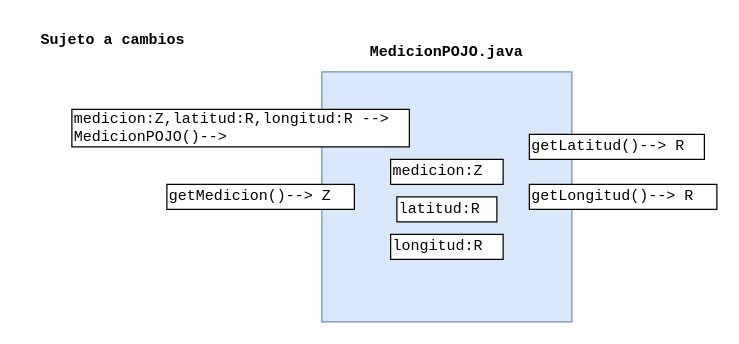
Earlier version of the draw.io diagram doc/AppAndroidDisenyos/MedicionPOJO/MedicionPOJO.drawio (sergisirvent/AppJavaSprint0). Source tidied: cells renumbered, new cells numbered last; positions are measured from the earlier drawing's top-left corner, leaving out a move shared by most shapes. Both pictures are drawn from the tidied source at 125%, with x=0, y=0 at pixel (21, 21).
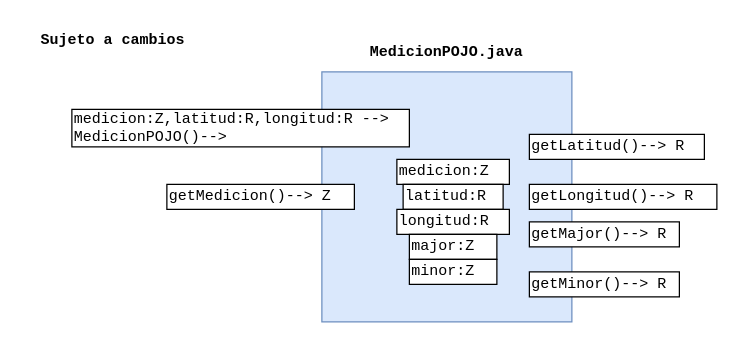
After the change.

Change to the diagram source:
```diff
@@
 <mxGraphModel>
   <root>
     <mxCell id="0" />
     <mxCell id="1" parent="0" />
     <mxCell id="2" style="whiteSpace=wrap;html=1;fillColor=#dae8fc;strokeColor=#6c8ebf;" parent="1" vertex="1">
       <mxGeometry x="240" y="40" width="200" height="200" as="geometry" />
     </mxCell>
     <mxCell id="3" value="&lt;b&gt;MedicionPOJO.java&lt;/b&gt;" style="text;html=1;strokeColor=none;fillColor=none;align=center;verticalAlign=middle;whiteSpace=wrap;rounded=0;fontFamily=Courier New;" parent="1" vertex="1">
       <mxGeometry x="310" y="10" width="60" height="30" as="geometry" />
     </mxCell>
     <mxCell id="4" value="medicion:Z" style="rounded=0;whiteSpace=wrap;html=1;fontFamily=Courier New;align=left;" parent="1" vertex="1">
-      <mxGeometry x="295" y="110" width="90" height="20" as="geometry" />
+      <mxGeometry x="300" y="110" width="90" height="20" as="geometry" />
     </mxCell>
     <mxCell id="5" value="latitud:R" style="rounded=0;whiteSpace=wrap;html=1;fontFamily=Courier New;align=left;" parent="1" vertex="1">
-      <mxGeometry x="300" y="140" width="80" height="20" as="geometry" />
+      <mxGeometry x="305" y="130" width="80" height="20" as="geometry" />
     </mxCell>
     <mxCell id="6" value="longitud:R" style="rounded=0;whiteSpace=wrap;html=1;fontFamily=Courier New;align=left;" parent="1" vertex="1">
-      <mxGeometry x="295" y="170" width="90" height="20" as="geometry" />
+      <mxGeometry x="300" y="150" width="90" height="20" as="geometry" />
     </mxCell>
     <mxCell id="7" value="medicion:Z,latitud:R,longitud:R --&amp;gt;&lt;br&gt;MedicionPOJO()--&amp;gt;" style="rounded=0;whiteSpace=wrap;html=1;fontFamily=Courier New;align=left;" parent="1" vertex="1">
       <mxGeometry x="40" y="70" width="270" height="30" as="geometry" />
     </mxCell>
     <mxCell id="8" value="getMedicion()--&amp;gt; Z" style="rounded=0;whiteSpace=wrap;html=1;fontFamily=Courier New;align=left;" parent="1" vertex="1">
       <mxGeometry x="116" y="130" width="150" height="20" as="geometry" />
     </mxCell>
     <mxCell id="9" value="getLatitud()--&amp;gt; R" style="rounded=0;whiteSpace=wrap;html=1;fontFamily=Courier New;align=left;" parent="1" vertex="1">
       <mxGeometry x="406" y="90" width="140" height="20" as="geometry" />
     </mxCell>
     <mxCell id="10" value="getLongitud()--&amp;gt; R" style="rounded=0;whiteSpace=wrap;html=1;fontFamily=Courier New;align=left;" parent="1" vertex="1">
       <mxGeometry x="406" y="130" width="150" height="20" as="geometry" />
     </mxCell>
     <mxCell id="11" value="&lt;b&gt;Sujeto a cambios&lt;/b&gt;" style="text;html=1;strokeColor=none;fillColor=none;align=center;verticalAlign=middle;whiteSpace=wrap;rounded=0;fontFamily=Courier New;" parent="1" vertex="1">
       <mxGeometry width="146" height="30" as="geometry" />
     </mxCell>
+    <mxCell id="12" value="major:Z" style="rounded=0;whiteSpace=wrap;html=1;fontFamily=Courier New;align=left;" parent="1" vertex="1">
+      <mxGeometry x="310" y="170" width="70" height="20" as="geometry" />
+    </mxCell>
+    <mxCell id="13" value="minor:Z" style="rounded=0;whiteSpace=wrap;html=1;fontFamily=Courier New;align=left;" parent="1" vertex="1">
+      <mxGeometry x="310" y="190" width="70" height="20" as="geometry" />
+    </mxCell>
+    <mxCell id="14" value="getMajor()--&amp;gt; R" style="rounded=0;whiteSpace=wrap;html=1;fontFamily=Courier New;align=left;" parent="1" vertex="1">
+      <mxGeometry x="406" y="160" width="120" height="20" as="geometry" />
+    </mxCell>
+    <mxCell id="15" value="getMinor()--&amp;gt; R" style="rounded=0;whiteSpace=wrap;html=1;fontFamily=Courier New;align=left;" parent="1" vertex="1">
+      <mxGeometry x="406" y="200" width="120" height="20" as="geometry" />
+    </mxCell>
   </root>
 </mxGraphModel>
```
